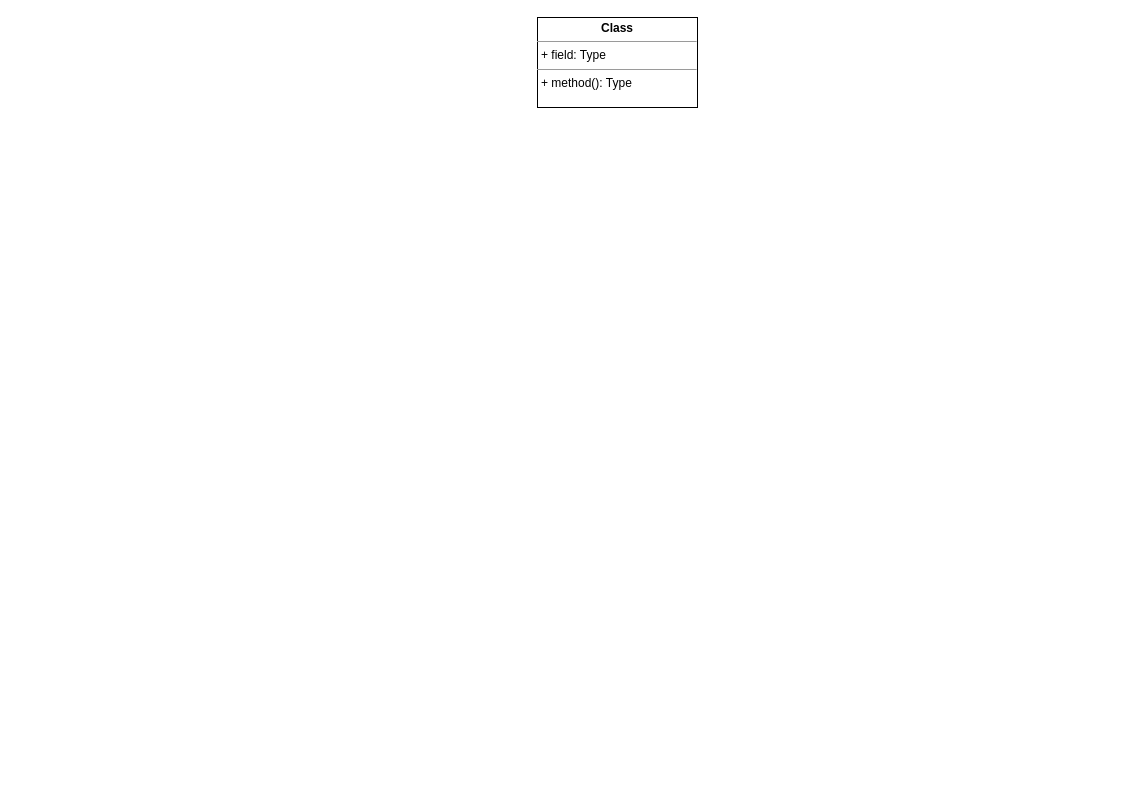
Earlier version of the draw.io diagram Class Diagram.drawio (MediXAI/Diagrams). Source tidied: cells renumbered, new cells numbered last; positions are measured from the earlier drawing's top-left corner, leaving out a move shared by most shapes. Both pictures are drawn from the tidied source at 100%, with x=0, y=0 at pixel (537, 17).
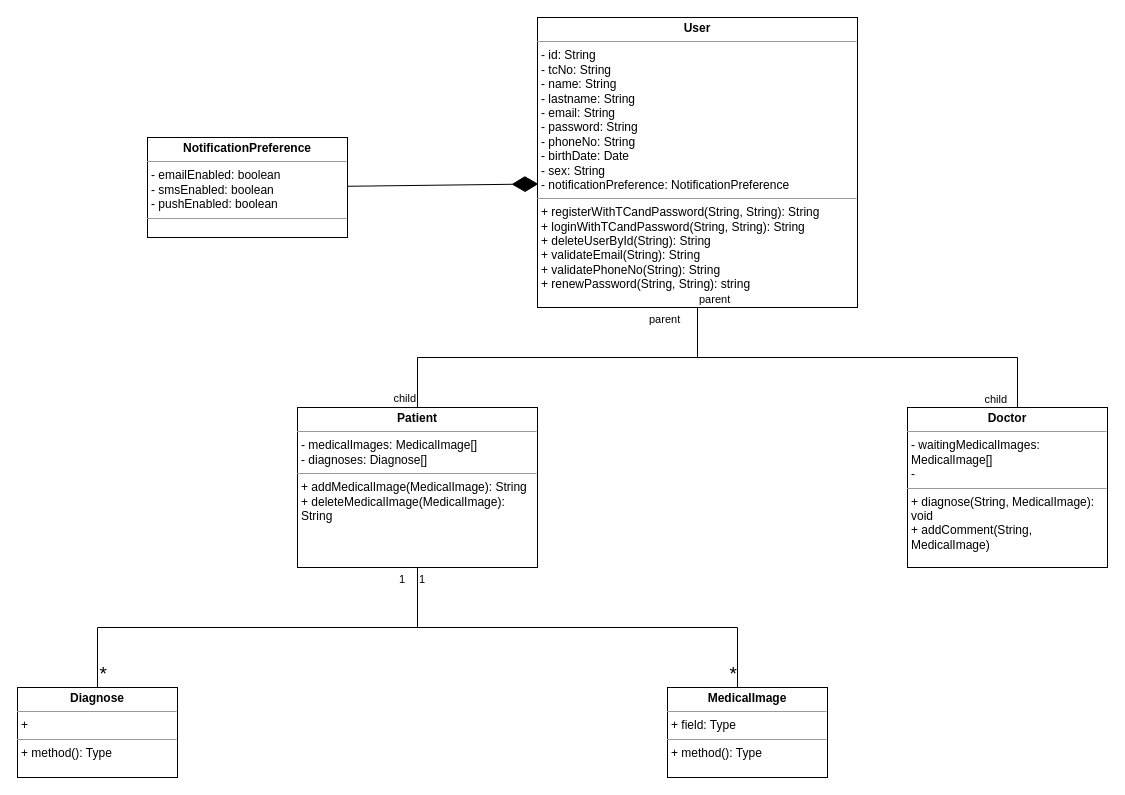
Above is the later version.

Diff of the diagram source:
```diff
@@
-    <mxCell id="2" value="&lt;p style=&quot;margin:0px;margin-top:4px;text-align:center;&quot;&gt;&lt;b&gt;Class&lt;/b&gt;&lt;/p&gt;&lt;hr size=&quot;1&quot;/&gt;&lt;p style=&quot;margin:0px;margin-left:4px;&quot;&gt;+ field: Type&lt;/p&gt;&lt;hr size=&quot;1&quot;/&gt;&lt;p style=&quot;margin:0px;margin-left:4px;&quot;&gt;+ method(): Type&lt;/p&gt;" style="verticalAlign=top;align=left;overflow=fill;fontSize=12;fontFamily=Helvetica;html=1;whiteSpace=wrap;" parent="1" vertex="1">
-      <mxGeometry width="160" height="90" as="geometry" />
+    <mxCell id="2" value="&lt;p style=&quot;margin:0px;margin-top:4px;text-align:center;&quot;&gt;&lt;b&gt;User&lt;/b&gt;&lt;/p&gt;&lt;hr size=&quot;1&quot;&gt;&lt;p style=&quot;margin:0px;margin-left:4px;&quot;&gt;- id: String&lt;/p&gt;&lt;p style=&quot;margin:0px;margin-left:4px;&quot;&gt;- tcNo: String&lt;/p&gt;&lt;p style=&quot;margin:0px;margin-left:4px;&quot;&gt;- name: String&lt;/p&gt;&lt;p style=&quot;margin:0px;margin-left:4px;&quot;&gt;- lastname: String&lt;/p&gt;&lt;p style=&quot;margin:0px;margin-left:4px;&quot;&gt;- email: String&lt;/p&gt;&lt;p style=&quot;margin:0px;margin-left:4px;&quot;&gt;- password: String&lt;/p&gt;&lt;p style=&quot;margin:0px;margin-left:4px;&quot;&gt;- phoneNo: String&lt;/p&gt;&lt;p style=&quot;margin:0px;margin-left:4px;&quot;&gt;- birthDate: Date&lt;/p&gt;&lt;p style=&quot;margin:0px;margin-left:4px;&quot;&gt;- sex: String&lt;/p&gt;&lt;p style=&quot;margin:0px;margin-left:4px;&quot;&gt;- notificationPreference: NotificationPreference&lt;/p&gt;&lt;hr size=&quot;1&quot;&gt;&lt;p style=&quot;margin:0px;margin-left:4px;&quot;&gt;+ registerWithTCandPassword(String, String): String&lt;/p&gt;&lt;p style=&quot;margin:0px;margin-left:4px;&quot;&gt;+ loginWithTCandPassword(String, String): String&lt;/p&gt;&lt;p style=&quot;margin:0px;margin-left:4px;&quot;&gt;+ deleteUserById(String): String&lt;/p&gt;&lt;p style=&quot;margin:0px;margin-left:4px;&quot;&gt;+ validateEmail(String): String&lt;/p&gt;&lt;p style=&quot;margin:0px;margin-left:4px;&quot;&gt;+ validatePhoneNo(String): String&lt;/p&gt;&lt;p style=&quot;margin:0px;margin-left:4px;&quot;&gt;+ renewPassword(String, String): string&lt;/p&gt;" style="verticalAlign=top;align=left;overflow=fill;fontSize=12;fontFamily=Helvetica;html=1;whiteSpace=wrap;" parent="1" vertex="1">
+      <mxGeometry width="320" height="290" as="geometry" />
     </mxCell>
+    <mxCell id="3" value="&lt;p style=&quot;margin:0px;margin-top:4px;text-align:center;&quot;&gt;&lt;b&gt;Doctor&lt;/b&gt;&lt;/p&gt;&lt;hr size=&quot;1&quot;&gt;&lt;p style=&quot;margin:0px;margin-left:4px;&quot;&gt;- waitingMedicalImages: MedicalImage[]&lt;/p&gt;&lt;p style=&quot;margin:0px;margin-left:4px;&quot;&gt;-&amp;nbsp;&lt;/p&gt;&lt;hr size=&quot;1&quot;&gt;&lt;p style=&quot;margin:0px;margin-left:4px;&quot;&gt;+ diagnose(String, MedicalImage): void&lt;/p&gt;&lt;p style=&quot;margin:0px;margin-left:4px;&quot;&gt;+ addComment(String,&amp;nbsp; MedicalImage)&lt;/p&gt;" style="verticalAlign=top;align=left;overflow=fill;fontSize=12;fontFamily=Helvetica;html=1;whiteSpace=wrap;" parent="1" vertex="1">
+      <mxGeometry x="370" y="390" width="200" height="160" as="geometry" />
+    </mxCell>
+    <mxCell id="4" value="&lt;p style=&quot;margin:0px;margin-top:4px;text-align:center;&quot;&gt;&lt;b&gt;Patient&lt;/b&gt;&lt;/p&gt;&lt;hr size=&quot;1&quot;&gt;&lt;p style=&quot;margin:0px;margin-left:4px;&quot;&gt;- medicalImages: MedicalImage[]&lt;/p&gt;&lt;p style=&quot;margin:0px;margin-left:4px;&quot;&gt;- diagnoses: Diagnose[]&lt;span style=&quot;background-color: initial;&quot;&gt;&amp;nbsp;&lt;/span&gt;&lt;/p&gt;&lt;hr size=&quot;1&quot;&gt;&lt;p style=&quot;margin:0px;margin-left:4px;&quot;&gt;+ addMedicalImage(MedicalImage): String&lt;/p&gt;&lt;p style=&quot;margin:0px;margin-left:4px;&quot;&gt;+ deleteMedicalImage(MedicalImage): String&lt;/p&gt;&lt;p style=&quot;margin:0px;margin-left:4px;&quot;&gt;&lt;br&gt;&lt;/p&gt;" style="verticalAlign=top;align=left;overflow=fill;fontSize=12;fontFamily=Helvetica;html=1;whiteSpace=wrap;" parent="1" vertex="1">
+      <mxGeometry x="-240" y="390" width="240" height="160" as="geometry" />
+    </mxCell>
+    <mxCell id="5" value="&lt;p style=&quot;margin:0px;margin-top:4px;text-align:center;&quot;&gt;&lt;b&gt;NotificationPreference&lt;/b&gt;&lt;/p&gt;&lt;hr size=&quot;1&quot;&gt;&lt;p style=&quot;margin:0px;margin-left:4px;&quot;&gt;- emailEnabled: boolean&lt;/p&gt;&lt;p style=&quot;margin:0px;margin-left:4px;&quot;&gt;- smsEnabled: boolean&lt;/p&gt;&lt;p style=&quot;margin:0px;margin-left:4px;&quot;&gt;&lt;span style=&quot;background-color: initial;&quot;&gt;- pushEnabled: boolean&lt;/span&gt;&lt;/p&gt;&lt;hr size=&quot;1&quot;&gt;&lt;p style=&quot;margin:0px;margin-left:4px;&quot;&gt;&lt;br&gt;&lt;/p&gt;" style="verticalAlign=top;align=left;overflow=fill;fontSize=12;fontFamily=Helvetica;html=1;whiteSpace=wrap;" parent="1" vertex="1">
+      <mxGeometry x="-390" y="120" width="200" height="100" as="geometry" />
+    </mxCell>
+    <mxCell id="6" style="endArrow=none;html=1;edgeStyle=orthogonalEdgeStyle;rounded=0;entryX=0.5;entryY=0;entryDx=0;entryDy=0;exitX=0.5;exitY=1;exitDx=0;exitDy=0;" parent="1" edge="1" source="2" target="4">
+      <mxGeometry relative="1" as="geometry" />
+    </mxCell>
+    <mxCell id="7" value="parent" style="edgeLabel;html=1;align=left;verticalAlign=bottom;" parent="6" vertex="1">
+      <mxGeometry x="-1" relative="1" as="geometry">
+        <mxPoint x="-50" y="20" as="offset" />
+      </mxGeometry>
+    </mxCell>
+    <mxCell id="8" value="child" style="edgeLabel;html=1;align=right;verticalAlign=bottom;spacing=3;" parent="6" vertex="1">
+      <mxGeometry x="1" relative="1" as="geometry" />
+    </mxCell>
+    <mxCell id="9" style="endArrow=diamondThin;endFill=1;endSize=24;html=1;rounded=0;entryX=0.003;entryY=0.574;entryDx=0;entryDy=0;entryPerimeter=0;" parent="1" edge="1" source="5" target="2">
+      <mxGeometry relative="1" as="geometry" />
+    </mxCell>
+    <mxCell id="10" value="&lt;p style=&quot;margin:0px;margin-top:4px;text-align:center;&quot;&gt;&lt;b&gt;Diagnose&lt;/b&gt;&lt;/p&gt;&lt;hr size=&quot;1&quot;&gt;&lt;p style=&quot;margin:0px;margin-left:4px;&quot;&gt;+&amp;nbsp;&lt;/p&gt;&lt;hr size=&quot;1&quot;&gt;&lt;p style=&quot;margin:0px;margin-left:4px;&quot;&gt;+ method(): Type&lt;/p&gt;" style="verticalAlign=top;align=left;overflow=fill;fontSize=12;fontFamily=Helvetica;html=1;whiteSpace=wrap;" parent="1" vertex="1">
+      <mxGeometry x="-520" y="670" width="160" height="90" as="geometry" />
+    </mxCell>
+    <mxCell id="11" value="&lt;p style=&quot;margin:0px;margin-top:4px;text-align:center;&quot;&gt;&lt;b&gt;MedicalImage&lt;/b&gt;&lt;/p&gt;&lt;hr size=&quot;1&quot;&gt;&lt;p style=&quot;margin:0px;margin-left:4px;&quot;&gt;+ field: Type&lt;/p&gt;&lt;hr size=&quot;1&quot;&gt;&lt;p style=&quot;margin:0px;margin-left:4px;&quot;&gt;+ method(): Type&lt;/p&gt;" style="verticalAlign=top;align=left;overflow=fill;fontSize=12;fontFamily=Helvetica;html=1;whiteSpace=wrap;" parent="1" vertex="1">
+      <mxGeometry x="130" y="670" width="160" height="90" as="geometry" />
+    </mxCell>
+    <mxCell id="12" style="endArrow=none;html=1;edgeStyle=orthogonalEdgeStyle;rounded=0;exitX=0.5;exitY=1;exitDx=0;exitDy=0;entryX=0.5;entryY=0;entryDx=0;entryDy=0;" parent="1" edge="1" source="4" target="10">
+      <mxGeometry relative="1" as="geometry" />
+    </mxCell>
+    <mxCell id="13" value="1" style="edgeLabel;html=1;align=left;verticalAlign=bottom;" parent="12" vertex="1">
+      <mxGeometry x="-1" relative="1" as="geometry">
+        <mxPoint x="-20" y="20" as="offset" />
+      </mxGeometry>
+    </mxCell>
+    <mxCell id="14" value="*" style="edgeLabel;html=1;align=right;verticalAlign=bottom;fontSize=19;" parent="12" vertex="1">
+      <mxGeometry x="1" relative="1" as="geometry">
+        <mxPoint x="10" as="offset" />
+      </mxGeometry>
+    </mxCell>
+    <mxCell id="15" style="endArrow=none;html=1;edgeStyle=orthogonalEdgeStyle;rounded=0;exitX=0.5;exitY=1;exitDx=0;exitDy=0;entryX=0.5;entryY=0;entryDx=0;entryDy=0;" parent="1" edge="1" source="4" target="11">
+      <mxGeometry relative="1" as="geometry">
+        <Array as="points">
+          <mxPoint x="-120" y="610" />
+          <mxPoint x="200" y="610" />
+        </Array>
+      </mxGeometry>
+    </mxCell>
+    <mxCell id="16" value="1" style="edgeLabel;html=1;align=left;verticalAlign=bottom;" parent="15" vertex="1">
+      <mxGeometry x="-1" relative="1" as="geometry">
+        <mxPoint y="20" as="offset" />
+      </mxGeometry>
+    </mxCell>
+    <mxCell id="17" value="*" style="edgeLabel;html=1;align=right;verticalAlign=bottom;fontSize=19;" parent="15" vertex="1">
+      <mxGeometry x="1" relative="1" as="geometry">
+        <mxPoint x="-10" as="offset" />
+      </mxGeometry>
+    </mxCell>
+    <mxCell id="18" style="endArrow=none;html=1;edgeStyle=orthogonalEdgeStyle;rounded=0;exitX=0.5;exitY=1;exitDx=0;exitDy=0;entryX=0.5;entryY=0;entryDx=0;entryDy=0;" parent="1" edge="1" source="2" target="3">
+      <mxGeometry relative="1" as="geometry">
+        <Array as="points">
+          <mxPoint x="160" y="340" />
+          <mxPoint x="480" y="340" />
+          <mxPoint x="480" y="390" />
+        </Array>
+      </mxGeometry>
+    </mxCell>
+    <mxCell id="19" value="parent" style="edgeLabel;html=1;align=left;verticalAlign=bottom;" parent="18" vertex="1">
+      <mxGeometry x="-1" relative="1" as="geometry" />
+    </mxCell>
+    <mxCell id="20" value="child" style="edgeLabel;html=1;align=right;verticalAlign=bottom;" parent="18" vertex="1">
+      <mxGeometry x="1" relative="1" as="geometry" />
+    </mxCell>
```
